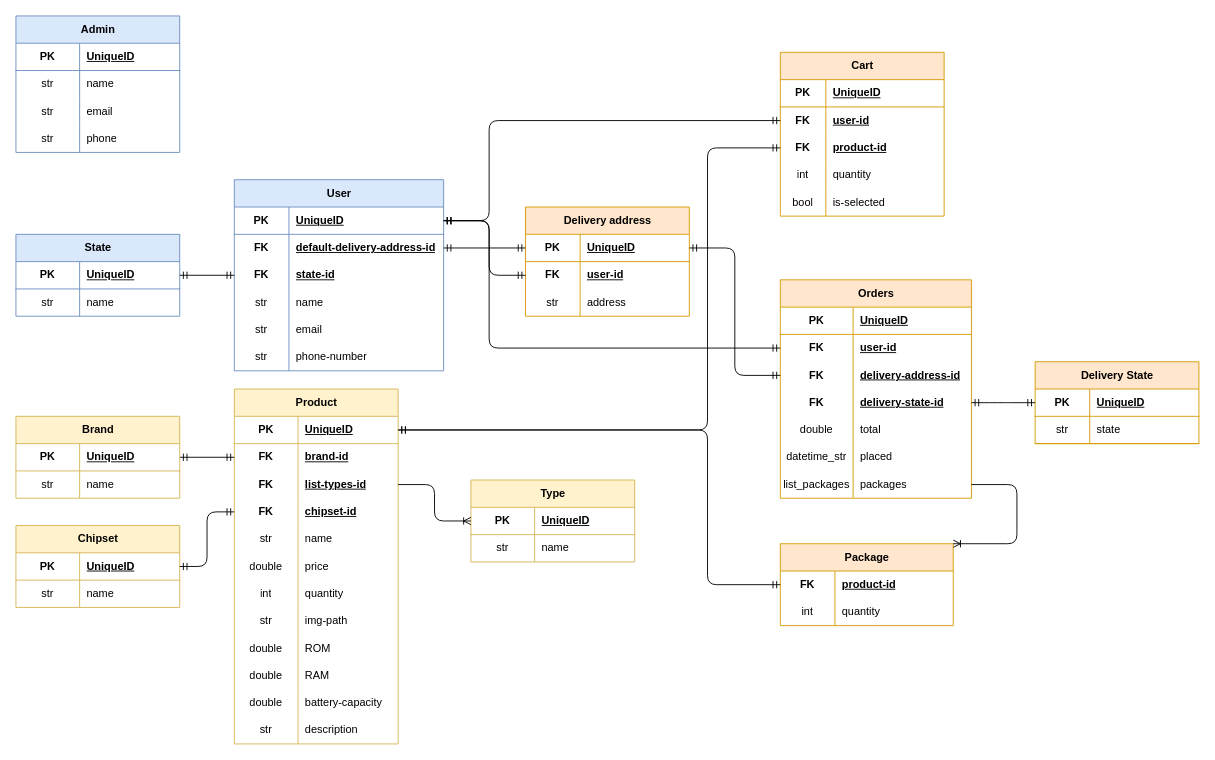
dungtq2k5/dungtq2k5.digimart.github.io keeps this draw.io diagram as erd.drawio. Above is the earlier version. Source tidied: cells renumbered, new cells numbered last; positions are measured from the earlier drawing's top-left corner, leaving out a move shared by most shapes. Both pictures are drawn from the tidied source at 91%, with x=0, y=0 at pixel (15, 15).
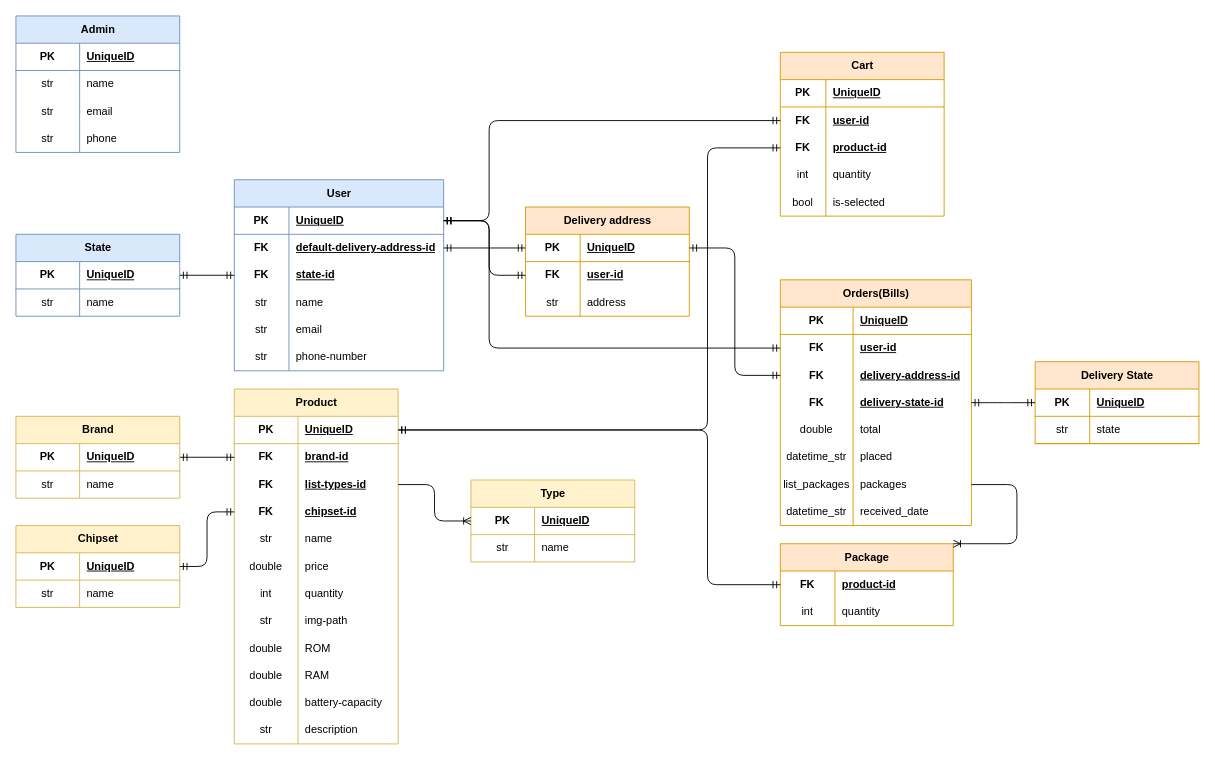
After the change.

Commit message (it also covers changes not shown here):
Mod received-date property for orders list

Change to the diagram source:
```diff
@@
-    <mxCell id="97" value="Orders" style="shape=table;startSize=30;childLayout=tableLayout;rowLines=0;fontStyle=1;align=center;html=1;fillColor=#ffe6cc;strokeColor=#d79b00;" parent="1" vertex="1">
-      <mxGeometry x="840" y="290" width="210" height="240" as="geometry" />
+    <mxCell id="97" value="Orders(Bills)" style="shape=table;startSize=30;childLayout=tableLayout;rowLines=0;fontStyle=1;align=center;html=1;fillColor=#ffe6cc;strokeColor=#d79b00;" parent="1" vertex="1">
+      <mxGeometry x="840" y="290" width="210" height="270" as="geometry" />
     </mxCell>
@@
+    <mxCell id="174" style="shape=tableRow;horizontal=0;startSize=0;swimlaneHead=0;swimlaneBody=0;fillColor=none;top=0;left=0;right=0;bottom=0;" parent="97" vertex="1">
+      <mxGeometry y="240" width="210" height="30" as="geometry" />
+    </mxCell>
+    <mxCell id="175" value="datetime_str" style="shape=partialRectangle;fillColor=none;top=0;left=0;bottom=0;right=0;overflow=hidden;whiteSpace=wrap;html=1;" parent="174" vertex="1">
+      <mxGeometry width="80" height="30" as="geometry" />
+    </mxCell>
+    <mxCell id="176" value="received_date" style="shape=partialRectangle;fillColor=none;top=0;left=0;bottom=0;right=0;align=left;spacingLeft=6;overflow=hidden;whiteSpace=wrap;html=1;" parent="174" vertex="1">
+      <mxGeometry x="80" width="130" height="30" as="geometry" />
+    </mxCell>
```
